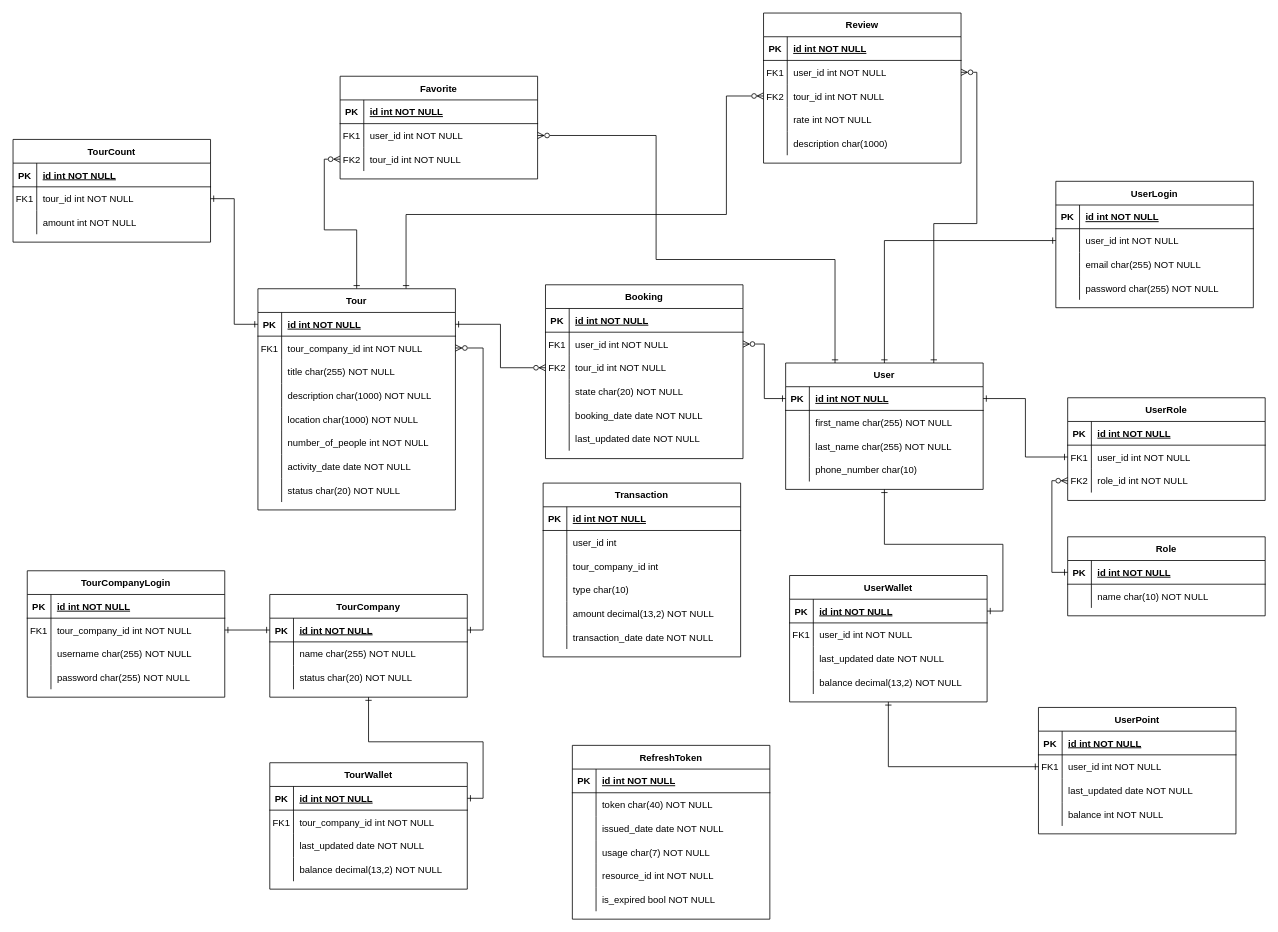
The draw.io diagram design/ERD-202407090739.drawio in marttp/20240629-GoutTogether, before the edit. Source tidied: cells renumbered, new cells numbered last; positions are measured from the earlier drawing's top-left corner, leaving out a move shared by most shapes. Both pictures are drawn from the tidied source at 79%, with x=0, y=0 at pixel (13, 13).
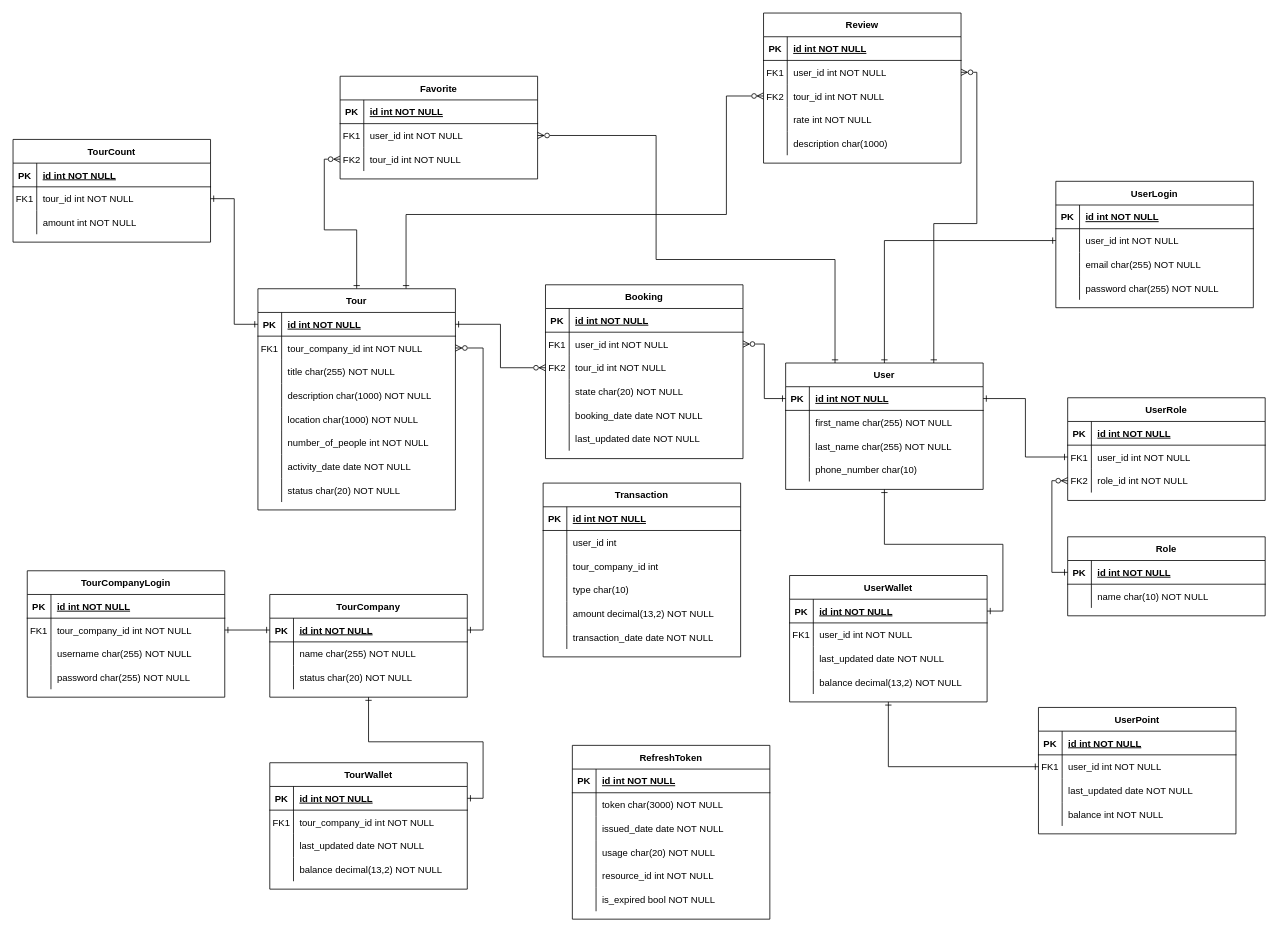
The same page after the edit.

The change refers to these unchanged cells:
```xml
<mxCell id="225" style="shape=partialRectangle;fillColor=none;top=0;left=0;right=0;bottom=0;" parent="221" vertex="1">
  <mxGeometry y="60" width="250" height="30" as="geometry" />
</mxCell>
<mxCell id="231" style="shape=partialRectangle;fillColor=none;top=0;left=0;right=0;bottom=0;" parent="221" vertex="1">
  <mxGeometry y="120" width="250" height="30" as="geometry" />
</mxCell>
```

Diff of the diagram source:
```diff
@@
-    <mxCell id="227" value="token char(40) NOT NULL" style="shape=partialRectangle;overflow=hidden;fillColor=none;top=0;left=0;bottom=0;right=0;align=left;spacingLeft=6;" parent="225" vertex="1">
+    <mxCell id="227" value="token char(3000) NOT NULL" style="shape=partialRectangle;overflow=hidden;fillColor=none;top=0;left=0;bottom=0;right=0;align=left;spacingLeft=6;" parent="225" vertex="1">
       <mxGeometry x="30" width="220" height="30" as="geometry" />
     </mxCell>
@@
-    <mxCell id="233" value="usage char(7) NOT NULL" style="shape=partialRectangle;overflow=hidden;fillColor=none;top=0;left=0;bottom=0;right=0;align=left;spacingLeft=6;" parent="231" vertex="1">
+    <mxCell id="233" value="usage char(20) NOT NULL" style="shape=partialRectangle;overflow=hidden;fillColor=none;top=0;left=0;bottom=0;right=0;align=left;spacingLeft=6;" parent="231" vertex="1">
       <mxGeometry x="30" width="220" height="30" as="geometry" />
     </mxCell>
```
